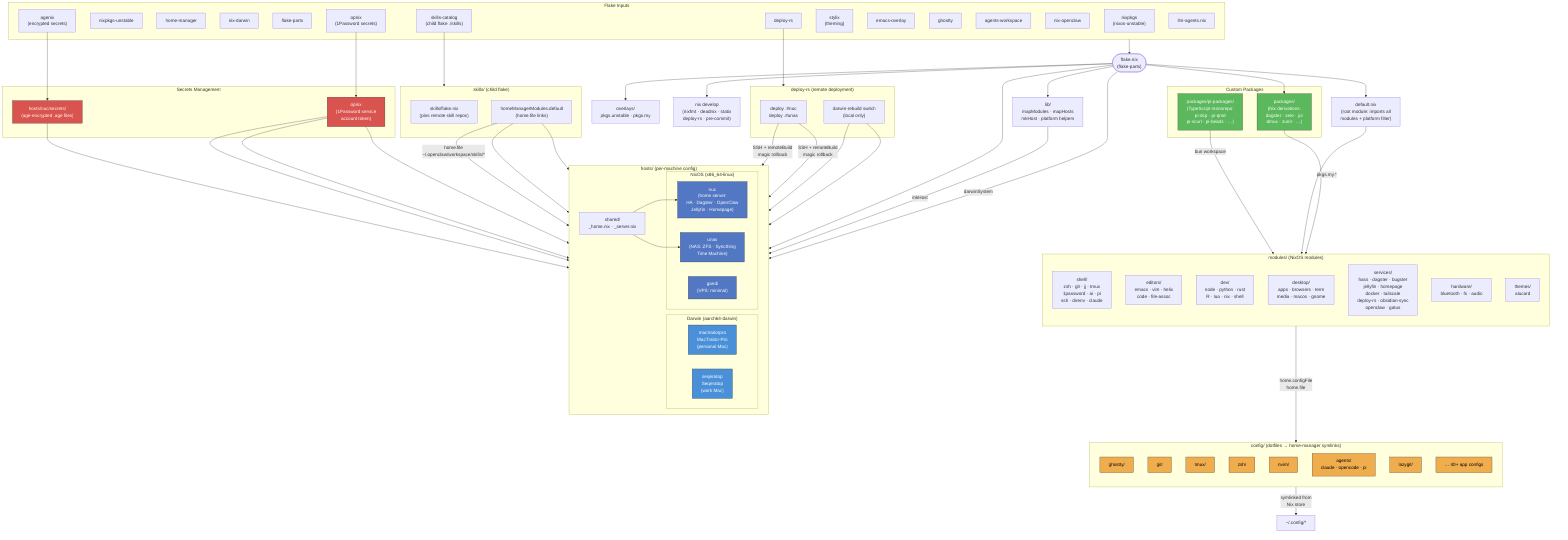
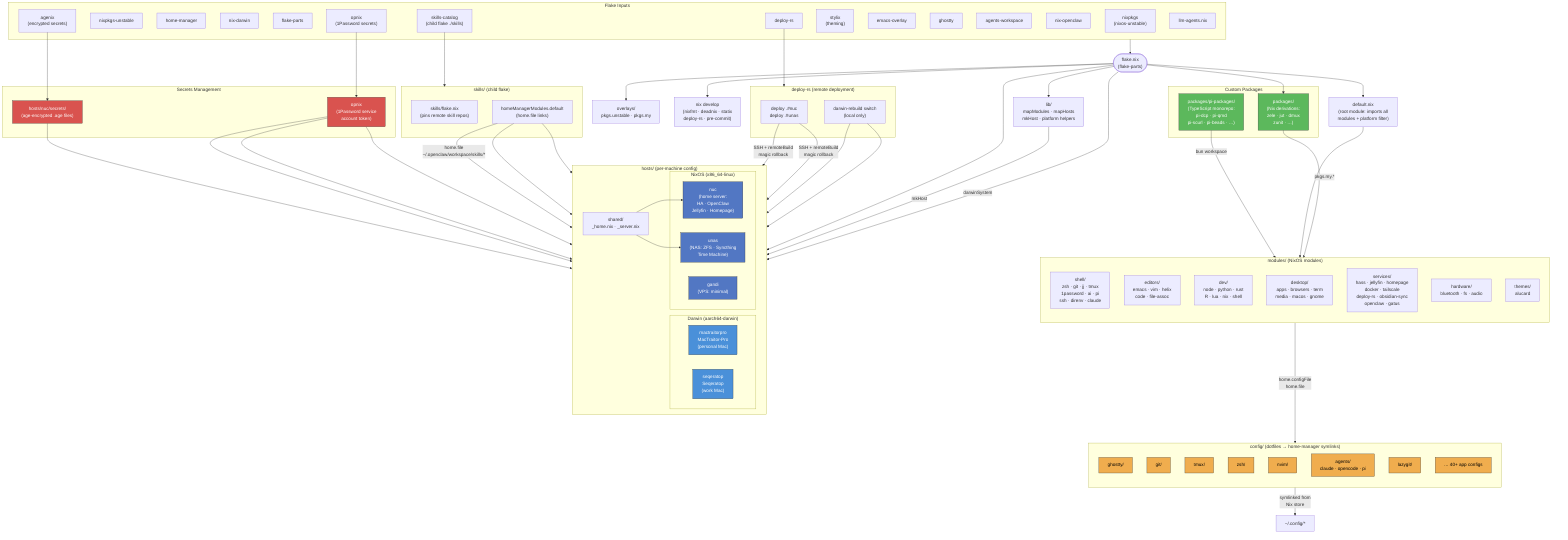
%% Dotfiles Architecture — nix-darwin / NixOS / deploy-rs
%% Render: https://mermaid.live  or  ```mermaid block in GitHub markdown

graph TB
  %% ── Flake Inputs ──────────────────────────────────────────────
  subgraph Inputs["Flake Inputs"]
    nixpkgs["nixpkgs<br/>(nixos-unstable)"]
    nixpkgs_unstable["nixpkgs-unstable"]
    home_manager["home-manager"]
    nix_darwin["nix-darwin"]
    flake_parts["flake-parts"]
    agenix["agenix<br/>(encrypted secrets)"]
    opnix["opnix<br/>(1Password secrets)"]
    deploy_rs_input["deploy-rs"]
    stylix["stylix<br/>(theming)"]
    emacs_overlay["emacs-overlay"]
    ghostty_input["ghostty"]
    openclaw_ws["agents-workspace"]
    nix_openclaw["nix-openclaw"]
    skills_catalog_input["skills-catalog<br/>(child flake ./skills)"]
    llm_agents["llm-agents.nix"]
  end

  %% ── Central Flake ─────────────────────────────────────────────
  flake_nix(["flake.nix<br/>(flake-parts)"])
  Inputs --> flake_nix

  %% ── Library ───────────────────────────────────────────────────
  lib_dir["lib/<br/>mapModules · mapHosts<br/>mkHost · platform helpers"]
  flake_nix --> lib_dir

  %% ── Overlays ──────────────────────────────────────────────────
  overlays["overlays/<br/>pkgs.unstable · pkgs.my"]
  flake_nix --> overlays

  %% ── Module System ─────────────────────────────────────────────
  subgraph Modules["modules/  (NixOS modules)"]
    direction TB
    mod_shell["shell/<br/>zsh · git · jj · tmux<br/>1password · ai · pi<br/>ssh · direnv · claude"]
    mod_editors["editors/<br/>emacs · vim · helix<br/>code · file-assoc"]
    mod_dev["dev/<br/>node · python · rust<br/>R · lua · nix · shell"]
    mod_desktop["desktop/<br/>apps · browsers · term<br/>media · macos · gnome"]
-     mod_services["services/<br/>hass · dagster · bugster<br/>jellyfin · homepage<br/>docker · tailscale<br/>deploy-rs · obsidian-sync<br/>openclaw · gatus"]
+     mod_services["services/<br/>hass · jellyfin · homepage<br/>docker · tailscale<br/>deploy-rs · obsidian-sync<br/>openclaw · gatus"]
    mod_hardware["hardware/<br/>bluetooth · fs · audio"]
    mod_themes["themes/<br/>alucard"]
  end

  default_nix["default.nix<br/>(root module: imports all<br/>modules + platform filter)"]
  flake_nix --> default_nix
  default_nix --> Modules

  %% ── Config Files (home-manager) ───────────────────────────────
  subgraph Config["config/  (dotfiles → home-manager symlinks)"]
    direction TB
    cfg_ghostty["ghostty/"]
    cfg_git["git/"]
    cfg_tmux["tmux/"]
    cfg_zsh["zsh/"]
    cfg_nvim["nvim/"]
    cfg_agents["agents/<br/>claude · opencode · pi"]
    cfg_lazygit["lazygit/"]
    cfg_others["… 40+ app configs"]
  end

  Modules -->|"home.configFile<br/>home.file"| Config
  Config -->|"symlinked from<br/>Nix store"| home_dir["~/.config/*"]

  %% ── Host Configurations ───────────────────────────────────────
  subgraph Hosts["hosts/  (per-machine config)"]
    direction LR
    subgraph Darwin["Darwin (aarch64-darwin)"]
      mactraitorpro["mactraitorpro<br/>MacTraitor-Pro<br/>(personal Mac)"]
      seqeratop["seqeratop<br/>Seqeratop<br/>(work Mac)"]
    end
    subgraph NixOS["NixOS (x86_64-linux)"]
-       nuc["nuc<br/>(home server:<br/>HA · Dagster · OpenClaw<br/>Jellyfin · Homepage)"]
+       nuc["nuc<br/>(home server:<br/>HA · OpenClaw<br/>Jellyfin · Homepage)"]
      unas["unas<br/>(NAS: ZFS · Syncthing<br/>Time Machine)"]
      gandi["gandi<br/>(VPS: minimal)"]
    end
    shared["shared/<br/>_home.nix · _server.nix"]
  end

  flake_nix --> Hosts
  lib_dir -->|mkHost| NixOS
  flake_nix -->|"darwinSystem"| Darwin
  shared --> nuc
  shared --> unas

  %% ── Secrets ───────────────────────────────────────────────────
  subgraph Secrets["Secrets Management"]
    agenix_secrets["hosts/nuc/secrets/<br/>(age-encrypted .age files)"]
    opnix_secrets["opnix<br/>(1Password service<br/>account token)"]
  end

  agenix --> agenix_secrets
  opnix --> opnix_secrets
  agenix_secrets --> nuc
  opnix_secrets --> nuc
  opnix_secrets --> mactraitorpro
  opnix_secrets --> seqeratop

  %% ── Packages ──────────────────────────────────────────────────
  subgraph Packages["Custom Packages"]
-     nix_packages["packages/<br/>(Nix derivations:<br/>dagster · zele · jut<br/>dmux · zunit · …)"]
+     nix_packages["packages/<br/>(Nix derivations:<br/>zele · jut · dmux<br/>zunit · …)"]
    ts_packages["packages/pi-packages/<br/>(TypeScript monorepo:<br/>pi-dcp · pi-qmd<br/>pi-scurl · pi-beads · …)"]
  end

  flake_nix --> nix_packages
  nix_packages -->|"pkgs.my.*"| Modules
  ts_packages -->|"bun workspace"| mod_shell

  %% ── Skills Catalog (child flake) ─────────────────────────────
  subgraph Skills["skills/  (child flake)"]
    skills_flake["skills/flake.nix<br/>(pins remote skill repos)"]
    skills_hm["homeManagerModules.default<br/>(home.file links)"]
  end

  skills_catalog_input --> Skills
  skills_hm -->|"home.file<br/>~/.openclaw/workspace/skills/*"| nuc
  skills_hm --> mactraitorpro
  skills_hm --> seqeratop

  %% ── Deployment ────────────────────────────────────────────────
  subgraph Deploy["deploy-rs  (remote deployment)"]
    deploy_cli["deploy .#nuc<br/>deploy .#unas"]
    deploy_darwin["darwin-rebuild switch<br/>(local only)"]
  end

  deploy_rs_input --> Deploy
  deploy_cli -->|"SSH + remoteBuild<br/>magic rollback"| nuc
  deploy_cli -->|"SSH + remoteBuild<br/>magic rollback"| unas
  deploy_darwin --> mactraitorpro
  deploy_darwin --> seqeratop

  %% ── Dev Shells ────────────────────────────────────────────────
  devshells["nix develop<br/>(nixfmt · deadnix · statix<br/>deploy-rs · pre-commit)"]
  flake_nix --> devshells

  %% ── Styling ───────────────────────────────────────────────────
  classDef darwin fill:#4a90d9,stroke:#333,color:#fff
  classDef nixos fill:#5277c3,stroke:#333,color:#fff
  classDef secret fill:#d9534f,stroke:#333,color:#fff
  classDef pkg fill:#5cb85c,stroke:#333,color:#fff
  classDef config fill:#f0ad4e,stroke:#333,color:#000

  class mactraitorpro,seqeratop darwin
  class nuc,unas,gandi nixos
  class agenix_secrets,opnix_secrets secret
  class nix_packages,ts_packages pkg
  class cfg_ghostty,cfg_git,cfg_tmux,cfg_zsh,cfg_nvim,cfg_agents,cfg_lazygit,cfg_others config
